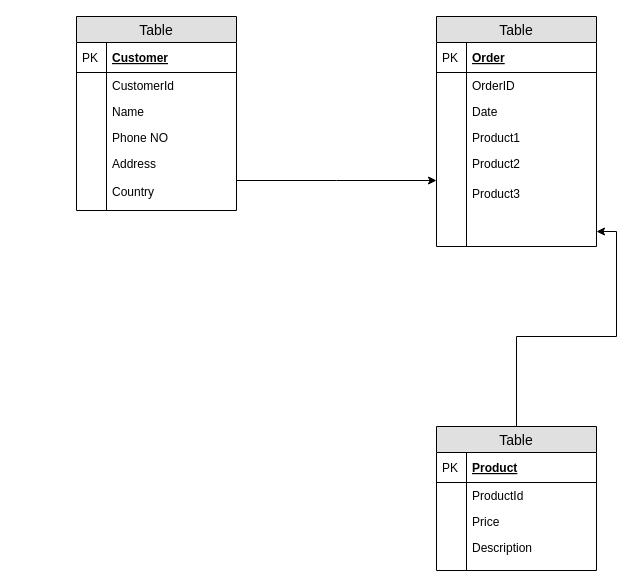
Above: Untitled Diagram.drawio in snehalkathare/snehal- (draw.io), before the change. Source tidied: cells renumbered, new cells numbered last; positions are measured from the earlier drawing's top-left corner, leaving out a move shared by most shapes. Both pictures are drawn from the tidied source at 100%, with x=0, y=0 at pixel (76, 16).
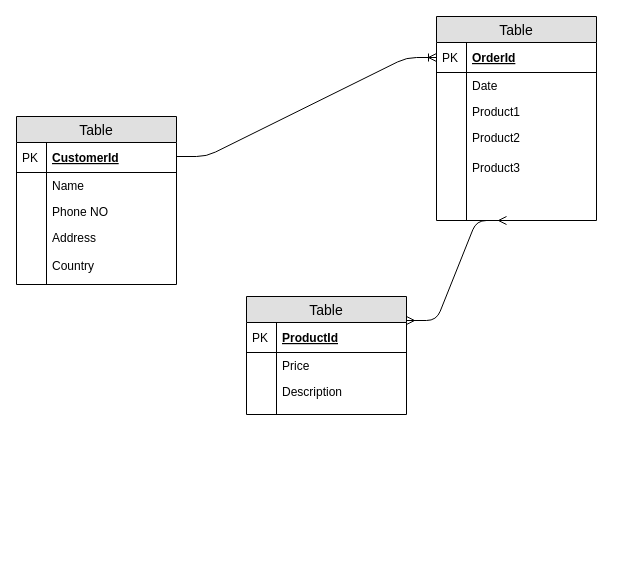
After the change.

The edit, as a diff of the source:
```diff
@@
     <mxCell id="2" value="Table" style="swimlane;fontStyle=0;horizontal=1;startSize=26;fillColor=#e0e0e0;swimlaneFillColor=#ffffff;align=center;fontSize=14;" parent="1" vertex="1">
-      <mxGeometry width="160" height="194" as="geometry" />
+      <mxGeometry x="-60" y="100" width="160" height="168" as="geometry" />
     </mxCell>
-    <mxCell id="3" value="Customer" style="shape=partialRectangle;top=0;left=0;right=0;bottom=1;align=left;verticalAlign=middle;fillColor=none;spacingLeft=34;spacingRight=4;overflow=hidden;fontStyle=5;fontSize=12;" parent="2" vertex="1">
+    <mxCell id="3" value="CustomerId" style="shape=partialRectangle;top=0;left=0;right=0;bottom=1;align=left;verticalAlign=middle;fillColor=none;spacingLeft=34;spacingRight=4;overflow=hidden;fontStyle=5;fontSize=12;" parent="2" vertex="1">
       <mxGeometry y="26" width="160" height="30" as="geometry" />
     </mxCell>
@@
-    <mxCell id="5" value="CustomerId" style="shape=partialRectangle;top=0;left=0;right=0;bottom=0;align=left;verticalAlign=top;fillColor=none;spacingLeft=34;spacingRight=4;overflow=hidden;fontSize=12;" parent="2" vertex="1">
-      <mxGeometry y="56" width="160" height="26" as="geometry" />
-    </mxCell>
-    <mxCell id="6" style="shape=partialRectangle;top=0;left=0;bottom=0;fillColor=none;align=left;verticalAlign=top;spacingLeft=4;spacingRight=4;overflow=hidden;fontSize=12;" parent="5" vertex="1">
-      <mxGeometry width="30" height="26" as="geometry" />
-    </mxCell>
     <mxCell id="7" value="Name" style="shape=partialRectangle;top=0;left=0;right=0;bottom=0;align=left;verticalAlign=top;fillColor=none;spacingLeft=34;spacingRight=4;overflow=hidden;fontSize=12;" parent="2" vertex="1">
-      <mxGeometry y="82" width="160" height="26" as="geometry" />
+      <mxGeometry y="56" width="160" height="26" as="geometry" />
     </mxCell>
@@
     <mxCell id="9" value="Phone NO" style="shape=partialRectangle;top=0;left=0;right=0;bottom=0;align=left;verticalAlign=top;fillColor=none;spacingLeft=34;spacingRight=4;overflow=hidden;fontSize=12;" parent="2" vertex="1">
-      <mxGeometry y="108" width="160" height="26" as="geometry" />
+      <mxGeometry y="82" width="160" height="26" as="geometry" />
     </mxCell>
@@
     <mxCell id="11" value="Address&#10;&#10;Country" style="shape=partialRectangle;top=0;left=0;right=0;bottom=0;align=left;verticalAlign=top;fillColor=none;spacingLeft=34;spacingRight=4;overflow=hidden;points=[[0,0.5],[1,0.5]];portConstraint=eastwest;fontSize=12;" parent="2" vertex="1">
-      <mxGeometry y="134" width="160" height="60" as="geometry" />
+      <mxGeometry y="108" width="160" height="60" as="geometry" />
     </mxCell>
@@
-    <mxCell id="13" style="edgeStyle=orthogonalEdgeStyle;rounded=0;jettySize=auto;html=1;" parent="1" edge="1" source="11">
-      <mxGeometry relative="1" as="geometry">
-        <mxPoint x="360" y="164" as="targetPoint" />
-      </mxGeometry>
-    </mxCell>
     <mxCell id="14" value="Table" style="swimlane;fontStyle=0;horizontal=1;startSize=26;fillColor=#e0e0e0;swimlaneFillColor=#ffffff;align=center;fontSize=14;" parent="1" vertex="1">
-      <mxGeometry x="360" width="160" height="230" as="geometry" />
+      <mxGeometry x="360" width="160" height="204" as="geometry" />
     </mxCell>
-    <mxCell id="15" value="Order" style="shape=partialRectangle;top=0;left=0;right=0;bottom=1;align=left;verticalAlign=middle;fillColor=none;spacingLeft=34;spacingRight=4;overflow=hidden;points=[[0,0.5],[1,0.5]];portConstraint=eastwest;fontStyle=5;fontSize=12;" parent="14" vertex="1">
+    <mxCell id="15" value="OrderId" style="shape=partialRectangle;top=0;left=0;right=0;bottom=1;align=left;verticalAlign=middle;fillColor=none;spacingLeft=34;spacingRight=4;overflow=hidden;points=[[0,0.5],[1,0.5]];portConstraint=eastwest;fontStyle=5;fontSize=12;" parent="14" vertex="1">
       <mxGeometry y="26" width="160" height="30" as="geometry" />
     </mxCell>
@@
-    <mxCell id="17" value="OrderID&#10;" style="shape=partialRectangle;top=0;left=0;right=0;bottom=0;align=left;verticalAlign=top;fillColor=none;spacingLeft=34;spacingRight=4;overflow=hidden;fontSize=12;" parent="14" vertex="1">
-      <mxGeometry y="56" width="160" height="26" as="geometry" />
-    </mxCell>
-    <mxCell id="18" style="shape=partialRectangle;top=0;left=0;bottom=0;fillColor=none;align=left;verticalAlign=top;spacingLeft=4;spacingRight=4;overflow=hidden;fontSize=12;" parent="17" vertex="1">
-      <mxGeometry width="30" height="26" as="geometry" />
-    </mxCell>
     <mxCell id="19" value="Date" style="shape=partialRectangle;top=0;left=0;right=0;bottom=0;align=left;verticalAlign=top;fillColor=none;spacingLeft=34;spacingRight=4;overflow=hidden;fontSize=12;" parent="14" vertex="1">
-      <mxGeometry y="82" width="160" height="26" as="geometry" />
+      <mxGeometry y="56" width="160" height="26" as="geometry" />
     </mxCell>
@@
     <mxCell id="21" value="Product1" style="shape=partialRectangle;top=0;left=0;right=0;bottom=0;align=left;verticalAlign=top;fillColor=none;spacingLeft=34;spacingRight=4;overflow=hidden;fontSize=12;" parent="14" vertex="1">
-      <mxGeometry y="108" width="160" height="26" as="geometry" />
+      <mxGeometry y="82" width="160" height="26" as="geometry" />
     </mxCell>
@@
     <mxCell id="23" value="Product2" style="shape=partialRectangle;top=0;left=0;right=0;bottom=0;align=left;verticalAlign=top;fillColor=none;spacingLeft=34;spacingRight=4;overflow=hidden;fontSize=12;" parent="14" vertex="1">
-      <mxGeometry y="134" width="160" height="30" as="geometry" />
+      <mxGeometry y="108" width="160" height="30" as="geometry" />
     </mxCell>
@@
     <mxCell id="25" value="Product3" style="shape=partialRectangle;top=0;left=0;right=0;bottom=0;align=left;verticalAlign=top;fillColor=none;spacingLeft=34;spacingRight=4;overflow=hidden;fontSize=12;" parent="14" vertex="1">
-      <mxGeometry y="164" width="160" height="36" as="geometry" />
+      <mxGeometry y="138" width="160" height="36" as="geometry" />
     </mxCell>
@@
     <mxCell id="27" style="shape=partialRectangle;top=0;left=0;right=0;bottom=0;align=left;verticalAlign=top;fillColor=none;spacingLeft=34;spacingRight=4;overflow=hidden;points=[[0,0.5],[1,0.5]];portConstraint=eastwest;fontSize=12;" parent="14" vertex="1">
-      <mxGeometry y="200" width="160" height="30" as="geometry" />
+      <mxGeometry y="174" width="160" height="30" as="geometry" />
     </mxCell>
@@
-    <mxCell id="29" style="edgeStyle=orthogonalEdgeStyle;rounded=0;jettySize=auto;html=1;" parent="1" edge="1" source="30" target="27">
-      <mxGeometry relative="1" as="geometry" />
-    </mxCell>
     <mxCell id="30" value="Table" style="swimlane;fontStyle=0;horizontal=1;startSize=26;fillColor=#e0e0e0;swimlaneFillColor=#ffffff;align=center;fontSize=14;" parent="1" vertex="1">
-      <mxGeometry x="360" y="410" width="160" height="144" as="geometry" />
+      <mxGeometry x="170" y="280" width="160" height="118" as="geometry" />
     </mxCell>
-    <mxCell id="31" value="Product" style="shape=partialRectangle;top=0;left=0;right=0;bottom=1;align=left;verticalAlign=middle;fillColor=none;spacingLeft=34;spacingRight=4;overflow=hidden;fontStyle=5;fontSize=12;" parent="30" vertex="1">
+    <mxCell id="31" value="ProductId" style="shape=partialRectangle;top=0;left=0;right=0;bottom=1;align=left;verticalAlign=middle;fillColor=none;spacingLeft=34;spacingRight=4;overflow=hidden;fontStyle=5;fontSize=12;" parent="30" vertex="1">
       <mxGeometry y="26" width="160" height="30" as="geometry" />
     </mxCell>
@@
-    <mxCell id="33" value="ProductId" style="shape=partialRectangle;top=0;left=0;right=0;bottom=0;align=left;verticalAlign=top;fillColor=none;spacingLeft=34;spacingRight=4;overflow=hidden;fontSize=12;" parent="30" vertex="1">
-      <mxGeometry y="56" width="160" height="26" as="geometry" />
-    </mxCell>
-    <mxCell id="34" style="shape=partialRectangle;top=0;left=0;bottom=0;fillColor=none;align=left;verticalAlign=top;spacingLeft=4;spacingRight=4;overflow=hidden;fontSize=12;" parent="33" vertex="1">
-      <mxGeometry width="30" height="26" as="geometry" />
-    </mxCell>
     <mxCell id="35" value="Price" style="shape=partialRectangle;top=0;left=0;right=0;bottom=0;align=left;verticalAlign=top;fillColor=none;spacingLeft=34;spacingRight=4;overflow=hidden;fontSize=12;" parent="30" vertex="1">
-      <mxGeometry y="82" width="160" height="26" as="geometry" />
+      <mxGeometry y="56" width="160" height="26" as="geometry" />
     </mxCell>
@@
     <mxCell id="37" value="Description" style="shape=partialRectangle;top=0;left=0;right=0;bottom=0;align=left;verticalAlign=top;fillColor=none;spacingLeft=34;spacingRight=4;overflow=hidden;fontSize=12;" parent="30" vertex="1">
-      <mxGeometry y="108" width="160" height="26" as="geometry" />
+      <mxGeometry y="82" width="160" height="26" as="geometry" />
     </mxCell>
@@
     <mxCell id="39" style="shape=partialRectangle;top=0;left=0;right=0;bottom=0;align=left;verticalAlign=top;fillColor=none;spacingLeft=34;spacingRight=4;overflow=hidden;fontSize=12;" parent="30" vertex="1">
-      <mxGeometry y="134" width="160" height="10" as="geometry" />
+      <mxGeometry y="108" width="160" height="10" as="geometry" />
     </mxCell>
@@
+    <mxCell id="41" style="edgeStyle=entityRelationEdgeStyle;fontSize=12;html=1;endArrow=ERoneToMany;entryX=0;entryY=0.5;entryDx=0;entryDy=0;" parent="1" edge="1" target="15">
+      <mxGeometry relative="1" as="geometry">
+        <mxPoint x="100" y="140" as="sourcePoint" />
+      </mxGeometry>
+    </mxCell>
+    <mxCell id="42" style="edgeStyle=entityRelationEdgeStyle;fontSize=12;html=1;endArrow=ERmany;startArrow=ERmany;" parent="1" edge="1">
+      <mxGeometry relative="1" as="geometry">
+        <mxPoint x="330" y="304" as="sourcePoint" />
+        <mxPoint x="430" y="204" as="targetPoint" />
+      </mxGeometry>
+    </mxCell>
```
